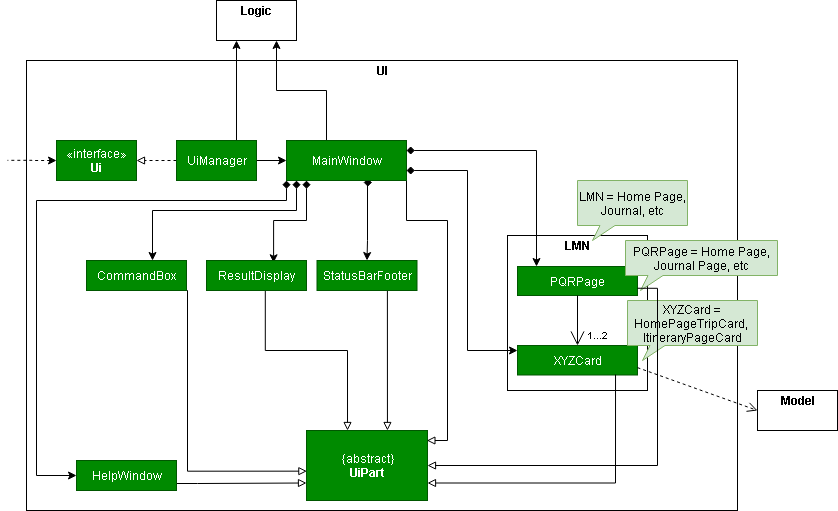
Before: images/UIClassDiagram.png, a diagram exported from draw.io (grrrrnt/main). Source tidied: cells renumbered, new cells last; positions are measured from the earlier drawing's top-left corner, leaving out a move shared by most shapes. The source it was exported from:
```xml
<mxGraphModel>
  <root>
    <mxCell id="0" />
    <mxCell id="1" parent="0" />
    <mxCell id="2" style="rounded=0;whiteSpace=wrap;html=1;fillColor=none;" parent="1" vertex="1">
      <mxGeometry x="19" y="60" width="711" height="450" as="geometry" />
    </mxCell>
    <mxCell id="3" style="edgeStyle=orthogonalEdgeStyle;rounded=0;jettySize=auto;html=1;exitX=0;exitY=0.5;exitDx=0;exitDy=0;endArrow=none;endFill=0;startArrow=classic;startFill=1;dashed=1;" parent="1" edge="1" source="4">
      <mxGeometry relative="1" as="geometry">
        <mxPoint y="159.8" as="targetPoint" />
      </mxGeometry>
    </mxCell>
    <mxCell id="4" value="«interface»&lt;br&gt;&lt;b&gt;Ui&lt;/b&gt;" style="html=1;fillColor=#008a00;strokeColor=#005700;fontColor=#ffffff;" parent="1" vertex="1">
      <mxGeometry x="49" y="140" width="80" height="40" as="geometry" />
    </mxCell>
    <mxCell id="5" style="edgeStyle=orthogonalEdgeStyle;rounded=0;jettySize=auto;html=1;exitX=0;exitY=0.5;exitDx=0;exitDy=0;entryX=1;entryY=0.5;entryDx=0;entryDy=0;endArrow=block;endFill=0;dashed=1;" parent="1" edge="1" source="8" target="4">
      <mxGeometry relative="1" as="geometry" />
    </mxCell>
    <mxCell id="6" style="edgeStyle=orthogonalEdgeStyle;rounded=0;jettySize=auto;html=1;exitX=0.75;exitY=0;exitDx=0;exitDy=0;entryX=0.25;entryY=1;entryDx=0;entryDy=0;endArrow=classic;endFill=1;" parent="1" edge="1" source="8" target="10">
      <mxGeometry relative="1" as="geometry" />
    </mxCell>
    <mxCell id="7" style="edgeStyle=orthogonalEdgeStyle;rounded=0;jettySize=auto;html=1;exitX=1;exitY=0.5;exitDx=0;exitDy=0;entryX=0;entryY=0.5;entryDx=0;entryDy=0;endArrow=classic;endFill=1;" parent="1" edge="1" source="8" target="18">
      <mxGeometry relative="1" as="geometry" />
    </mxCell>
    <mxCell id="8" value="UiManager" style="html=1;fillColor=#008a00;strokeColor=#005700;fontColor=#ffffff;" parent="1" vertex="1">
      <mxGeometry x="169" y="140" width="80" height="40" as="geometry" />
    </mxCell>
    <mxCell id="9" style="group;" parent="1" vertex="1">
      <mxGeometry x="209" width="80" height="40" as="geometry" />
    </mxCell>
    <mxCell id="10" style="html=1;fillColor=none;" parent="9" vertex="1">
      <mxGeometry width="80" height="40" as="geometry" />
    </mxCell>
    <mxCell id="11" value="&lt;b&gt;Logic&lt;/b&gt;" style="text;html=1;align=center;verticalAlign=middle;" parent="9" vertex="1">
      <mxGeometry x="15" width="50" height="20" as="geometry" />
    </mxCell>
    <mxCell id="12" style="edgeStyle=orthogonalEdgeStyle;rounded=0;jettySize=auto;html=1;exitX=0.5;exitY=0;exitDx=0;exitDy=0;entryX=0.75;entryY=1;entryDx=0;entryDy=0;endArrow=classic;endFill=1;" parent="1" edge="1" source="18" target="10">
      <mxGeometry relative="1" as="geometry">
        <Array as="points">
          <mxPoint x="319" y="90" />
          <mxPoint x="269" y="90" />
        </Array>
      </mxGeometry>
    </mxCell>
    <mxCell id="13" style="edgeStyle=orthogonalEdgeStyle;rounded=0;jettySize=auto;html=1;exitX=0;exitY=1;exitDx=0;exitDy=0;entryX=0;entryY=0.5;entryDx=0;entryDy=0;endArrow=classic;endFill=1;startArrow=diamond;startFill=1;" parent="1" edge="1" source="18" target="28">
      <mxGeometry relative="1" as="geometry">
        <Array as="points">
          <mxPoint x="279" y="200" />
          <mxPoint x="29" y="200" />
          <mxPoint x="29" y="475" />
        </Array>
      </mxGeometry>
    </mxCell>
    <mxCell id="14" style="edgeStyle=orthogonalEdgeStyle;rounded=0;orthogonalLoop=1;jettySize=auto;html=1;endArrow=classic;endFill=1;startArrow=diamond;startFill=1;" parent="1" edge="1">
      <mxGeometry relative="1" as="geometry">
        <mxPoint x="289" y="180" as="sourcePoint" />
        <mxPoint x="145" y="260" as="targetPoint" />
        <Array as="points">
          <mxPoint x="289" y="210" />
          <mxPoint x="145" y="210" />
        </Array>
      </mxGeometry>
    </mxCell>
    <mxCell id="15" style="edgeStyle=orthogonalEdgeStyle;rounded=0;jettySize=auto;html=1;entryX=0.671;entryY=0.076;entryDx=0;entryDy=0;endArrow=classic;endFill=1;startArrow=diamond;startFill=1;entryPerimeter=0;" parent="1" edge="1" target="24">
      <mxGeometry relative="1" as="geometry">
        <mxPoint x="299" y="180" as="sourcePoint" />
        <Array as="points">
          <mxPoint x="299" y="220" />
          <mxPoint x="266" y="220" />
        </Array>
      </mxGeometry>
    </mxCell>
    <mxCell id="16" style="edgeStyle=orthogonalEdgeStyle;rounded=0;jettySize=auto;html=1;entryX=0.5;entryY=0;entryDx=0;entryDy=0;endArrow=classic;endFill=1;startArrow=diamond;startFill=1;exitX=0.642;exitY=1.05;exitDx=0;exitDy=0;exitPerimeter=0;" parent="1" edge="1" source="18" target="22">
      <mxGeometry relative="1" as="geometry">
        <Array as="points">
          <mxPoint x="360" y="182" />
          <mxPoint x="360" y="240" />
        </Array>
      </mxGeometry>
    </mxCell>
    <mxCell id="17" style="edgeStyle=orthogonalEdgeStyle;rounded=0;jettySize=auto;html=1;exitX=1;exitY=1;exitDx=0;exitDy=0;startArrow=none;startFill=0;endArrow=block;endFill=0;entryX=0.995;entryY=0.143;entryDx=0;entryDy=0;entryPerimeter=0;" parent="1" edge="1" source="18" target="20">
      <mxGeometry relative="1" as="geometry">
        <Array as="points">
          <mxPoint x="399" y="220" />
          <mxPoint x="440" y="220" />
          <mxPoint x="440" y="440" />
        </Array>
      </mxGeometry>
    </mxCell>
    <mxCell id="18" value="MainWindow" style="html=1;fillColor=#008a00;strokeColor=#005700;fontColor=#ffffff;" parent="1" vertex="1">
      <mxGeometry x="279" y="140" width="120" height="40" as="geometry" />
    </mxCell>
    <mxCell id="19" value="&lt;b&gt;UI&lt;/b&gt;" style="text;html=1;align=center;verticalAlign=middle;" parent="1" vertex="1">
      <mxGeometry x="359.5" y="60" width="30" height="20" as="geometry" />
    </mxCell>
    <mxCell id="20" value="{abstract}&lt;br&gt;&lt;b&gt;UiPart&lt;/b&gt;" style="html=1;fillColor=#008a00;strokeColor=#005700;fontColor=#ffffff;" parent="1" vertex="1">
      <mxGeometry x="299" y="430" width="121" height="70" as="geometry" />
    </mxCell>
    <mxCell id="21" style="edgeStyle=orthogonalEdgeStyle;rounded=0;jettySize=auto;html=1;exitX=0.704;exitY=1.007;exitDx=0;exitDy=0;endArrow=block;endFill=0;exitPerimeter=0;entryX=0.669;entryY=0;entryDx=0;entryDy=0;entryPerimeter=0;" parent="1" edge="1" source="22" target="20">
      <mxGeometry relative="1" as="geometry" />
    </mxCell>
    <mxCell id="22" value="StatusBarFooter" style="html=1;fillColor=#008a00;strokeColor=#005700;fontColor=#ffffff;" parent="1" vertex="1">
      <mxGeometry x="309.5" y="260" width="100" height="30" as="geometry" />
    </mxCell>
    <mxCell id="23" style="edgeStyle=orthogonalEdgeStyle;rounded=0;jettySize=auto;html=1;exitX=0.588;exitY=0.949;exitDx=0;exitDy=0;entryX=0.339;entryY=0;entryDx=0;entryDy=0;entryPerimeter=0;endArrow=block;endFill=0;exitPerimeter=0;" parent="1" edge="1" source="24" target="20">
      <mxGeometry relative="1" as="geometry">
        <Array as="points">
          <mxPoint x="258" y="350" />
          <mxPoint x="340" y="350" />
        </Array>
      </mxGeometry>
    </mxCell>
    <mxCell id="24" value="ResultDisplay" style="html=1;fillColor=#008a00;strokeColor=#005700;fontColor=#ffffff;" parent="1" vertex="1">
      <mxGeometry x="199" y="260" width="100" height="30" as="geometry" />
    </mxCell>
    <mxCell id="25" style="edgeStyle=orthogonalEdgeStyle;rounded=0;jettySize=auto;html=1;exitX=0.75;exitY=1;exitDx=0;exitDy=0;entryX=0.003;entryY=0.581;entryDx=0;entryDy=0;entryPerimeter=0;endArrow=block;endFill=0;" parent="1" edge="1" source="26" target="20">
      <mxGeometry relative="1" as="geometry">
        <Array as="points">
          <mxPoint x="180" y="290" />
          <mxPoint x="180" y="471" />
        </Array>
      </mxGeometry>
    </mxCell>
    <mxCell id="26" value="CommandBox" style="html=1;fillColor=#008a00;strokeColor=#005700;fontColor=#ffffff;" parent="1" vertex="1">
      <mxGeometry x="79" y="260" width="100" height="30" as="geometry" />
    </mxCell>
    <mxCell id="27" style="edgeStyle=orthogonalEdgeStyle;rounded=0;jettySize=auto;html=1;exitX=1;exitY=0.5;exitDx=0;exitDy=0;entryX=0;entryY=0.75;entryDx=0;entryDy=0;endArrow=block;endFill=0;" parent="1" edge="1" source="28" target="20">
      <mxGeometry relative="1" as="geometry">
        <Array as="points">
          <mxPoint x="169" y="483" />
          <mxPoint x="190" y="483" />
        </Array>
      </mxGeometry>
    </mxCell>
    <mxCell id="28" value="HelpWindow" style="html=1;fillColor=#008a00;strokeColor=#005700;fontColor=#ffffff;" parent="1" vertex="1">
      <mxGeometry x="69" y="460" width="100" height="30" as="geometry" />
    </mxCell>
    <mxCell id="29" style="group;" parent="1" vertex="1">
      <mxGeometry x="500" y="235" width="250" height="155" as="geometry" />
    </mxCell>
    <mxCell id="30" style="rounded=0;whiteSpace=wrap;html=1;fillColor=none;" parent="29" vertex="1">
      <mxGeometry width="140" height="155" as="geometry" />
    </mxCell>
    <mxCell id="31" value="&lt;b&gt;LMN&lt;/b&gt;" style="text;html=1;align=center;verticalAlign=middle;" parent="29" vertex="1">
      <mxGeometry x="50" width="40" height="20" as="geometry" />
    </mxCell>
    <mxCell id="32" value="PQRPage" style="html=1;fillColor=#008a00;strokeColor=#005700;fontColor=#ffffff;" parent="29" vertex="1">
      <mxGeometry x="10" y="31" width="120" height="29" as="geometry" />
    </mxCell>
    <mxCell id="33" value="XYZCard" style="html=1;fillColor=#008a00;strokeColor=#005700;fontColor=#ffffff;" parent="29" vertex="1">
      <mxGeometry x="10" y="110" width="120" height="29.5" as="geometry" />
    </mxCell>
    <mxCell id="34" value="XYZCard = HomePageTripCard,&amp;nbsp;&lt;br&gt;ItineraryPageCard" style="whiteSpace=wrap;html=1;shape=mxgraph.basic.rectCallout;dx=30;dy=15;boundedLbl=1;fillColor=#d5e8d4;strokeColor=#82b366;" parent="29" vertex="1">
      <mxGeometry x="120" y="65" width="130" height="60" as="geometry" />
    </mxCell>
    <mxCell id="35" style="endArrow=open;endFill=1;endSize=12;html=1;entryX=0.5;entryY=0;entryDx=0;entryDy=0;exitX=0.5;exitY=1;exitDx=0;exitDy=0;" parent="29" edge="1" source="32" target="33">
      <mxGeometry relative="1" as="geometry" />
    </mxCell>
    <mxCell id="36" value="1...2" style="text;html=1;align=center;verticalAlign=middle;fontSize=10;" parent="29" vertex="1">
      <mxGeometry x="70" y="90" width="40" height="20" as="geometry" />
    </mxCell>
    <mxCell id="37" value="LMN = Home Page, Journal, etc" style="whiteSpace=wrap;html=1;shape=mxgraph.basic.rectCallout;dx=30;dy=15;boundedLbl=1;fillColor=#d5e8d4;strokeColor=#82b366;" parent="1" vertex="1">
      <mxGeometry x="570" y="180" width="110" height="60" as="geometry" />
    </mxCell>
    <mxCell id="38" value="PQRPage = Home Page, Journal Page, etc" style="whiteSpace=wrap;html=1;shape=mxgraph.basic.rectCallout;dx=30;dy=15;boundedLbl=1;fillColor=#d5e8d4;strokeColor=#82b366;" parent="1" vertex="1">
      <mxGeometry x="618" y="240" width="152" height="50" as="geometry" />
    </mxCell>
    <mxCell id="39" style="edgeStyle=orthogonalEdgeStyle;rounded=0;jettySize=auto;html=1;endArrow=classic;endFill=1;startArrow=diamond;startFill=1;exitX=1;exitY=0.25;exitDx=0;exitDy=0;" parent="1" edge="1" source="18">
      <mxGeometry relative="1" as="geometry">
        <mxPoint x="529" y="266" as="targetPoint" />
        <Array as="points">
          <mxPoint x="529" y="150" />
        </Array>
      </mxGeometry>
    </mxCell>
    <mxCell id="40" style="edgeStyle=orthogonalEdgeStyle;rounded=0;jettySize=auto;html=1;endArrow=classic;endFill=1;startArrow=diamond;startFill=1;exitX=1;exitY=0.75;exitDx=0;exitDy=0;" parent="1" edge="1" source="18">
      <mxGeometry relative="1" as="geometry">
        <mxPoint x="510" y="350" as="targetPoint" />
        <Array as="points">
          <mxPoint x="460" y="170" />
          <mxPoint x="460" y="350" />
          <mxPoint x="510" y="350" />
        </Array>
      </mxGeometry>
    </mxCell>
    <mxCell id="41" style="edgeStyle=orthogonalEdgeStyle;rounded=0;jettySize=auto;html=1;exitX=1;exitY=0.75;exitDx=0;exitDy=0;endArrow=block;endFill=0;entryX=1;entryY=0.5;entryDx=0;entryDy=0;" parent="1" edge="1" source="32" target="20">
      <mxGeometry relative="1" as="geometry" />
    </mxCell>
    <mxCell id="42" style="edgeStyle=orthogonalEdgeStyle;rounded=0;jettySize=auto;html=1;exitX=0.817;exitY=0.983;exitDx=0;exitDy=0;endArrow=block;endFill=0;exitPerimeter=0;entryX=1;entryY=0.75;entryDx=0;entryDy=0;" parent="1" edge="1" source="33" target="20">
      <mxGeometry relative="1" as="geometry">
        <Array as="points">
          <mxPoint x="608" y="483" />
        </Array>
      </mxGeometry>
    </mxCell>
    <mxCell id="43" style="html=1;verticalAlign=bottom;endArrow=open;dashed=1;endSize=8;exitX=1;exitY=0.75;exitDx=0;exitDy=0;" parent="1" edge="1" source="33">
      <mxGeometry relative="1" as="geometry">
        <mxPoint x="750" y="410" as="targetPoint" />
      </mxGeometry>
    </mxCell>
    <mxCell id="44" style="group;" parent="1" vertex="1">
      <mxGeometry x="750" y="390" width="80" height="40" as="geometry" />
    </mxCell>
    <mxCell id="45" style="html=1;fillColor=none;" parent="44" vertex="1">
      <mxGeometry width="80" height="40" as="geometry" />
    </mxCell>
    <mxCell id="46" value="&lt;b&gt;Model&lt;/b&gt;" style="text;html=1;align=center;verticalAlign=middle;" parent="44" vertex="1">
      <mxGeometry x="15" width="50" height="20" as="geometry" />
    </mxCell>
  </root>
</mxGraphModel>
```
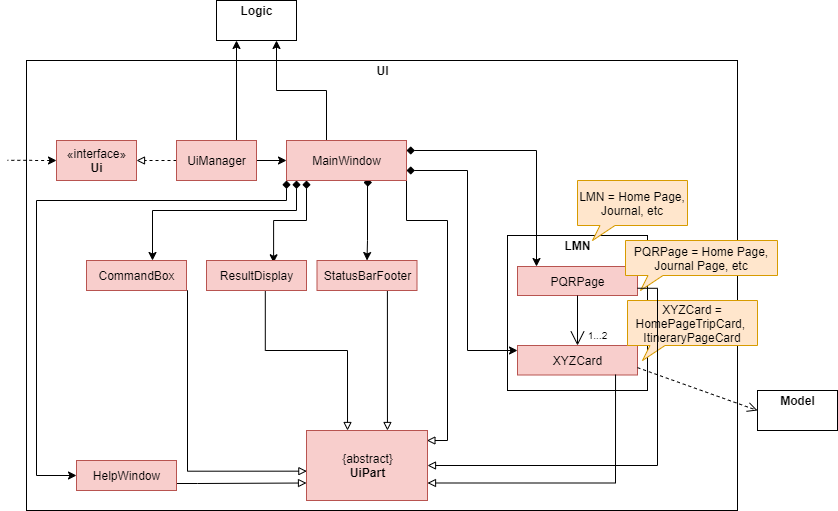
After the commit.

Diff of the diagram source:
```diff
@@ -10,7 +10,7 @@
         <mxPoint y="159.8" as="targetPoint" />
       </mxGeometry>
     </mxCell>
-    <mxCell id="4" value="«interface»&lt;br&gt;&lt;b&gt;Ui&lt;/b&gt;" style="html=1;fillColor=#008a00;strokeColor=#005700;fontColor=#ffffff;" parent="1" vertex="1">
+    <mxCell id="4" value="«interface»&lt;br&gt;&lt;b&gt;Ui&lt;/b&gt;" style="html=1;fillColor=#f8cecc;strokeColor=#b85450;" parent="1" vertex="1">
       <mxGeometry x="49" y="140" width="80" height="40" as="geometry" />
     </mxCell>
     <mxCell id="5" style="edgeStyle=orthogonalEdgeStyle;rounded=0;jettySize=auto;html=1;exitX=0;exitY=0.5;exitDx=0;exitDy=0;entryX=1;entryY=0.5;entryDx=0;entryDy=0;endArrow=block;endFill=0;dashed=1;" parent="1" edge="1" source="8" target="4">
@@ -22,7 +22,7 @@
     <mxCell id="7" style="edgeStyle=orthogonalEdgeStyle;rounded=0;jettySize=auto;html=1;exitX=1;exitY=0.5;exitDx=0;exitDy=0;entryX=0;entryY=0.5;entryDx=0;entryDy=0;endArrow=classic;endFill=1;" parent="1" edge="1" source="8" target="18">
       <mxGeometry relative="1" as="geometry" />
     </mxCell>
-    <mxCell id="8" value="UiManager" style="html=1;fillColor=#008a00;strokeColor=#005700;fontColor=#ffffff;" parent="1" vertex="1">
+    <mxCell id="8" value="UiManager" style="html=1;fillColor=#f8cecc;strokeColor=#b85450;" parent="1" vertex="1">
       <mxGeometry x="169" y="140" width="80" height="40" as="geometry" />
     </mxCell>
     <mxCell id="9" style="group;" parent="1" vertex="1">
@@ -87,19 +87,19 @@
         </Array>
       </mxGeometry>
     </mxCell>
-    <mxCell id="18" value="MainWindow" style="html=1;fillColor=#008a00;strokeColor=#005700;fontColor=#ffffff;" parent="1" vertex="1">
+    <mxCell id="18" value="MainWindow" style="html=1;fillColor=#f8cecc;strokeColor=#b85450;" parent="1" vertex="1">
       <mxGeometry x="279" y="140" width="120" height="40" as="geometry" />
     </mxCell>
     <mxCell id="19" value="&lt;b&gt;UI&lt;/b&gt;" style="text;html=1;align=center;verticalAlign=middle;" parent="1" vertex="1">
       <mxGeometry x="359.5" y="60" width="30" height="20" as="geometry" />
     </mxCell>
-    <mxCell id="20" value="{abstract}&lt;br&gt;&lt;b&gt;UiPart&lt;/b&gt;" style="html=1;fillColor=#008a00;strokeColor=#005700;fontColor=#ffffff;" parent="1" vertex="1">
+    <mxCell id="20" value="{abstract}&lt;br&gt;&lt;b&gt;UiPart&lt;/b&gt;" style="html=1;fillColor=#f8cecc;strokeColor=#b85450;" parent="1" vertex="1">
       <mxGeometry x="299" y="430" width="121" height="70" as="geometry" />
     </mxCell>
     <mxCell id="21" style="edgeStyle=orthogonalEdgeStyle;rounded=0;jettySize=auto;html=1;exitX=0.704;exitY=1.007;exitDx=0;exitDy=0;endArrow=block;endFill=0;exitPerimeter=0;entryX=0.669;entryY=0;entryDx=0;entryDy=0;entryPerimeter=0;" parent="1" edge="1" source="22" target="20">
       <mxGeometry relative="1" as="geometry" />
     </mxCell>
-    <mxCell id="22" value="StatusBarFooter" style="html=1;fillColor=#008a00;strokeColor=#005700;fontColor=#ffffff;" parent="1" vertex="1">
+    <mxCell id="22" value="StatusBarFooter" style="html=1;fillColor=#f8cecc;strokeColor=#b85450;" parent="1" vertex="1">
       <mxGeometry x="309.5" y="260" width="100" height="30" as="geometry" />
     </mxCell>
     <mxCell id="23" style="edgeStyle=orthogonalEdgeStyle;rounded=0;jettySize=auto;html=1;exitX=0.588;exitY=0.949;exitDx=0;exitDy=0;entryX=0.339;entryY=0;entryDx=0;entryDy=0;entryPerimeter=0;endArrow=block;endFill=0;exitPerimeter=0;" parent="1" edge="1" source="24" target="20">
@@ -110,7 +110,7 @@
         </Array>
       </mxGeometry>
     </mxCell>
-    <mxCell id="24" value="ResultDisplay" style="html=1;fillColor=#008a00;strokeColor=#005700;fontColor=#ffffff;" parent="1" vertex="1">
+    <mxCell id="24" value="ResultDisplay" style="html=1;fillColor=#f8cecc;strokeColor=#b85450;" parent="1" vertex="1">
       <mxGeometry x="199" y="260" width="100" height="30" as="geometry" />
     </mxCell>
     <mxCell id="25" style="edgeStyle=orthogonalEdgeStyle;rounded=0;jettySize=auto;html=1;exitX=0.75;exitY=1;exitDx=0;exitDy=0;entryX=0.003;entryY=0.581;entryDx=0;entryDy=0;entryPerimeter=0;endArrow=block;endFill=0;" parent="1" edge="1" source="26" target="20">
@@ -121,7 +121,7 @@
         </Array>
       </mxGeometry>
     </mxCell>
-    <mxCell id="26" value="CommandBox" style="html=1;fillColor=#008a00;strokeColor=#005700;fontColor=#ffffff;" parent="1" vertex="1">
+    <mxCell id="26" value="CommandBox" style="html=1;fillColor=#f8cecc;strokeColor=#b85450;" parent="1" vertex="1">
       <mxGeometry x="79" y="260" width="100" height="30" as="geometry" />
     </mxCell>
     <mxCell id="27" style="edgeStyle=orthogonalEdgeStyle;rounded=0;jettySize=auto;html=1;exitX=1;exitY=0.5;exitDx=0;exitDy=0;entryX=0;entryY=0.75;entryDx=0;entryDy=0;endArrow=block;endFill=0;" parent="1" edge="1" source="28" target="20">
@@ -132,7 +132,7 @@
         </Array>
       </mxGeometry>
     </mxCell>
-    <mxCell id="28" value="HelpWindow" style="html=1;fillColor=#008a00;strokeColor=#005700;fontColor=#ffffff;" parent="1" vertex="1">
+    <mxCell id="28" value="HelpWindow" style="html=1;fillColor=#f8cecc;strokeColor=#b85450;" parent="1" vertex="1">
       <mxGeometry x="69" y="460" width="100" height="30" as="geometry" />
     </mxCell>
     <mxCell id="29" style="group;" parent="1" vertex="1">
@@ -144,13 +144,13 @@
     <mxCell id="31" value="&lt;b&gt;LMN&lt;/b&gt;" style="text;html=1;align=center;verticalAlign=middle;" parent="29" vertex="1">
       <mxGeometry x="50" width="40" height="20" as="geometry" />
     </mxCell>
-    <mxCell id="32" value="PQRPage" style="html=1;fillColor=#008a00;strokeColor=#005700;fontColor=#ffffff;" parent="29" vertex="1">
+    <mxCell id="32" value="PQRPage" style="html=1;fillColor=#f8cecc;strokeColor=#b85450;" parent="29" vertex="1">
       <mxGeometry x="10" y="31" width="120" height="29" as="geometry" />
     </mxCell>
-    <mxCell id="33" value="XYZCard" style="html=1;fillColor=#008a00;strokeColor=#005700;fontColor=#ffffff;" parent="29" vertex="1">
+    <mxCell id="33" value="XYZCard" style="html=1;fillColor=#f8cecc;strokeColor=#b85450;" parent="29" vertex="1">
       <mxGeometry x="10" y="110" width="120" height="29.5" as="geometry" />
     </mxCell>
-    <mxCell id="34" value="XYZCard = HomePageTripCard,&amp;nbsp;&lt;br&gt;ItineraryPageCard" style="whiteSpace=wrap;html=1;shape=mxgraph.basic.rectCallout;dx=30;dy=15;boundedLbl=1;fillColor=#d5e8d4;strokeColor=#82b366;" parent="29" vertex="1">
+    <mxCell id="34" value="XYZCard = HomePageTripCard,&amp;nbsp;&lt;br&gt;ItineraryPageCard" style="whiteSpace=wrap;html=1;shape=mxgraph.basic.rectCallout;dx=30;dy=15;boundedLbl=1;fillColor=#ffe6cc;strokeColor=#d79b00;" parent="29" vertex="1">
       <mxGeometry x="120" y="65" width="130" height="60" as="geometry" />
     </mxCell>
     <mxCell id="35" style="endArrow=open;endFill=1;endSize=12;html=1;entryX=0.5;entryY=0;entryDx=0;entryDy=0;exitX=0.5;exitY=1;exitDx=0;exitDy=0;" parent="29" edge="1" source="32" target="33">
@@ -159,10 +159,10 @@
     <mxCell id="36" value="1...2" style="text;html=1;align=center;verticalAlign=middle;fontSize=10;" parent="29" vertex="1">
       <mxGeometry x="70" y="90" width="40" height="20" as="geometry" />
     </mxCell>
-    <mxCell id="37" value="LMN = Home Page, Journal, etc" style="whiteSpace=wrap;html=1;shape=mxgraph.basic.rectCallout;dx=30;dy=15;boundedLbl=1;fillColor=#d5e8d4;strokeColor=#82b366;" parent="1" vertex="1">
+    <mxCell id="37" value="LMN = Home Page, Journal, etc" style="whiteSpace=wrap;html=1;shape=mxgraph.basic.rectCallout;dx=30;dy=15;boundedLbl=1;fillColor=#ffe6cc;strokeColor=#d79b00;" parent="1" vertex="1">
       <mxGeometry x="570" y="180" width="110" height="60" as="geometry" />
     </mxCell>
-    <mxCell id="38" value="PQRPage = Home Page, Journal Page, etc" style="whiteSpace=wrap;html=1;shape=mxgraph.basic.rectCallout;dx=30;dy=15;boundedLbl=1;fillColor=#d5e8d4;strokeColor=#82b366;" parent="1" vertex="1">
+    <mxCell id="38" value="PQRPage = Home Page, Journal Page, etc" style="whiteSpace=wrap;html=1;shape=mxgraph.basic.rectCallout;dx=30;dy=15;boundedLbl=1;fillColor=#ffe6cc;strokeColor=#d79b00;" parent="1" vertex="1">
       <mxGeometry x="618" y="240" width="152" height="50" as="geometry" />
     </mxCell>
     <mxCell id="39" style="edgeStyle=orthogonalEdgeStyle;rounded=0;jettySize=auto;html=1;endArrow=classic;endFill=1;startArrow=diamond;startFill=1;exitX=1;exitY=0.25;exitDx=0;exitDy=0;" parent="1" edge="1" source="18">
```
